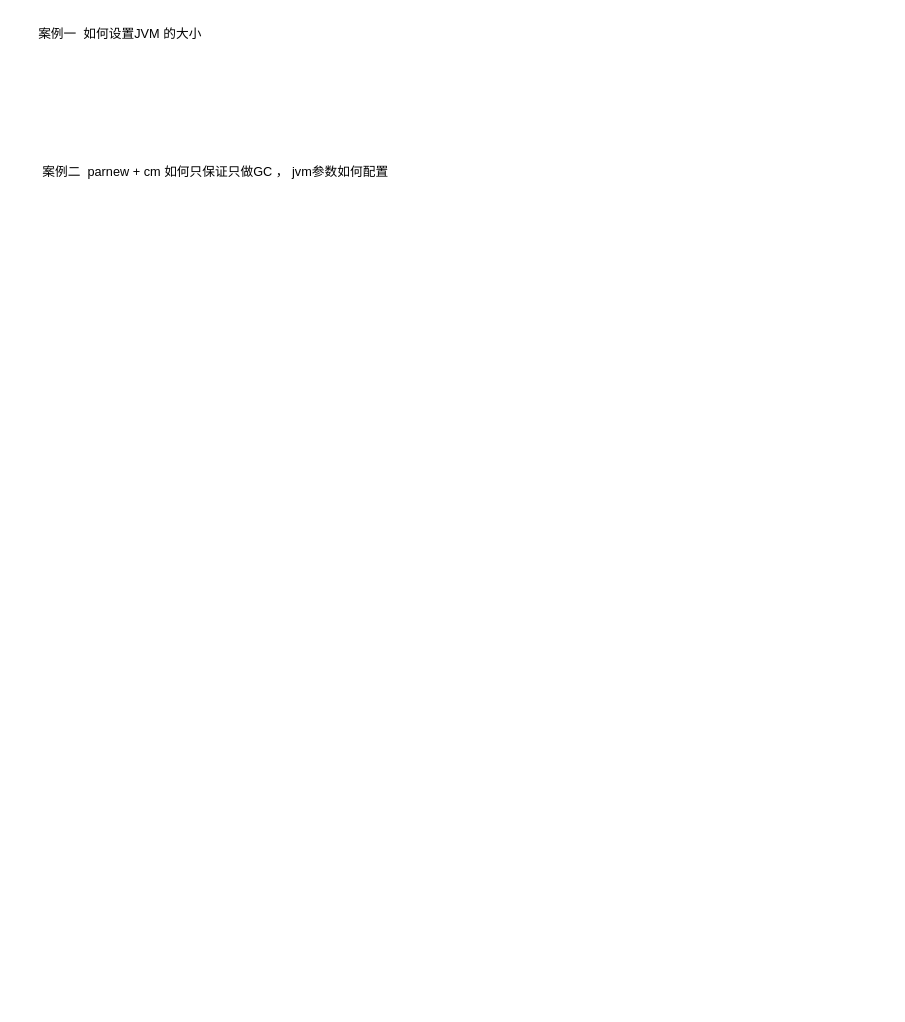
Earlier version of the draw.io diagram page "案例实战" (2 of 2) of JVM.drawio (topyuluo/photo-project). Source tidied: cells renumbered, new cells numbered last; positions are measured from the earlier drawing's top-left corner, leaving out a move shared by most shapes. Both pictures are drawn from the tidied source at 106%, with x=0, y=0 at pixel (24, 18).
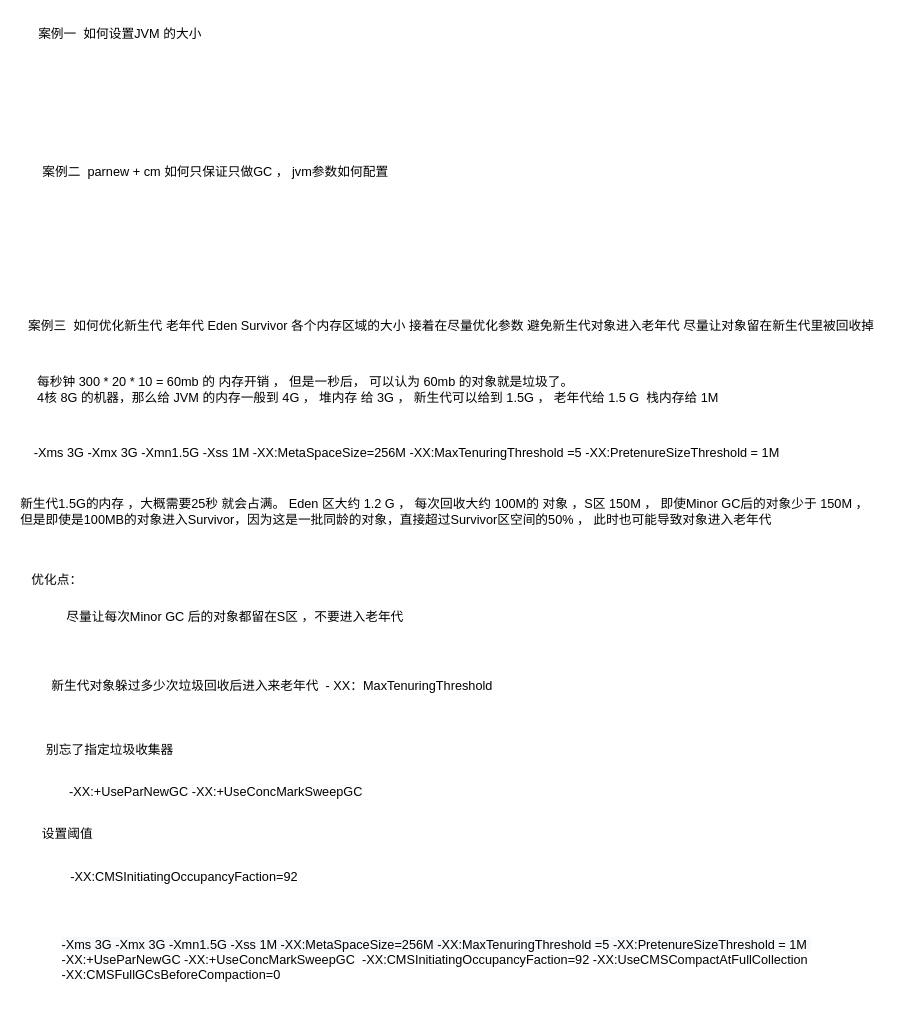
Above is the later version.

The edit, as a diff of the source:
```diff
@@
 <mxGraphModel>
   <root>
     <mxCell id="0" />
     <mxCell id="1" parent="0" />
     <mxCell id="2" value="案例一&amp;nbsp; 如何设置JVM 的大小" style="text;html=1;strokeColor=none;fillColor=none;align=center;verticalAlign=middle;whiteSpace=wrap;rounded=0;" parent="1" vertex="1">
       <mxGeometry width="180" height="30" as="geometry" />
     </mxCell>
     <mxCell id="3" value="案例二&amp;nbsp; parnew + cm 如何只保证只做GC ， jvm参数如何配置" style="text;html=1;strokeColor=none;fillColor=none;align=center;verticalAlign=middle;whiteSpace=wrap;rounded=0;" parent="1" vertex="1">
       <mxGeometry y="130" width="360" height="30" as="geometry" />
     </mxCell>
+    <mxCell id="4" value="案例三&amp;nbsp; 如何优化新生代 老年代 Eden Survivor 各个内存区域的大小 接着在尽量优化参数 避免新生代对象进入老年代 尽量让对象留在新生代里被回收掉" style="text;html=1;align=center;verticalAlign=middle;strokeColor=none;" parent="1" vertex="1">
+      <mxGeometry x="-3" y="280" width="810" height="20" as="geometry" />
+    </mxCell>
+    <mxCell id="5" value="每秒钟 300 * 20 * 10 = 60mb 的 内存开销 ， 但是一秒后， 可以认为 60mb 的对象就是垃圾了。&lt;br&gt;4核 8G 的机器，那么给 JVM 的内存一般到 4G ， 堆内存 给 3G ， 新生代可以给到 1.5G ， 老年代给 1.5 G&amp;nbsp; 栈内存给 1M&amp;nbsp;&amp;nbsp;" style="text;html=1;align=left;verticalAlign=middle;strokeColor=none;" parent="1" vertex="1">
+      <mxGeometry x="10" y="335" width="660" height="30" as="geometry" />
+    </mxCell>
+    <mxCell id="6" value="-Xms 3G -Xmx 3G -Xmn1.5G -Xss 1M -XX:MetaSpaceSize=256M -XX:MaxTenuringThreshold =5 -XX:PretenureSizeThreshold = 1M" style="text;html=1;align=center;verticalAlign=middle;strokeColor=none;" parent="1" vertex="1">
+      <mxGeometry y="400" width="720" height="20" as="geometry" />
+    </mxCell>
+    <mxCell id="7" value="新生代1.5G的内存 ，大概需要25秒 就会占满。 Eden 区大约 1.2 G ， 每次回收大约 100M的 对象 ，S区 150M ， 即使Minor GC后的对象少于 150M ， &lt;br&gt;但是即使是100MB的对象进入Survivor，因为这是一批同龄的对象，直接超过Survivor区空间的50% ， 此时也可能导致对象进入老年代" style="text;html=1;align=left;verticalAlign=middle;strokeColor=none;" parent="1" vertex="1">
+      <mxGeometry x="-6" y="450" width="820" height="30" as="geometry" />
+    </mxCell>
+    <mxCell id="8" value="优化点：" style="text;html=1;align=center;verticalAlign=middle;strokeColor=none;" parent="1" vertex="1">
+      <mxGeometry y="520" width="60" height="20" as="geometry" />
+    </mxCell>
+    <mxCell id="9" value="尽量让每次Minor GC 后的对象都留在S区 ，不要进入老年代" style="text;html=1;align=center;verticalAlign=middle;strokeColor=none;" parent="1" vertex="1">
+      <mxGeometry x="33" y="555" width="330" height="20" as="geometry" />
+    </mxCell>
+    <mxCell id="10" value="新生代对象躲过多少次垃圾回收后进入来老年代&amp;nbsp; - XX：MaxTenuringThreshold" style="text;html=1;strokeColor=none;fillColor=none;align=center;verticalAlign=middle;whiteSpace=wrap;rounded=0;" parent="1" vertex="1">
+      <mxGeometry x="10" y="610" width="447" height="40" as="geometry" />
+    </mxCell>
+    <mxCell id="11" value="别忘了指定垃圾收集器" style="text;html=1;align=center;verticalAlign=middle;strokeColor=none;" parent="1" vertex="1">
+      <mxGeometry x="10" y="680" width="140" height="20" as="geometry" />
+    </mxCell>
+    <mxCell id="12" value="-XX:+UseParNewGC -XX:+UseConcMarkSweepGC" style="text;html=1;align=center;verticalAlign=middle;strokeColor=none;" parent="1" vertex="1">
+      <mxGeometry x="35" y="720" width="290" height="20" as="geometry" />
+    </mxCell>
+    <mxCell id="13" value="设置阈值" style="text;html=1;align=center;verticalAlign=middle;strokeColor=none;" parent="1" vertex="1">
+      <mxGeometry x="10" y="760" width="60" height="20" as="geometry" />
+    </mxCell>
+    <mxCell id="14" value="-XX:CMSInitiatingOccupancyFaction=92" style="text;html=1;align=center;verticalAlign=middle;strokeColor=none;" parent="1" vertex="1">
+      <mxGeometry x="35" y="800" width="230" height="20" as="geometry" />
+    </mxCell>
+    <mxCell id="15" value="&lt;span style=&quot;color: rgb(0 , 0 , 0) ; font-family: &amp;#34;helvetica&amp;#34; ; font-size: 12px ; font-style: normal ; font-weight: 400 ; letter-spacing: normal ; text-align: center ; text-indent: 0px ; text-transform: none ; word-spacing: 0px ; background-color: rgb(248 , 249 , 250) ; display: inline ; float: none&quot;&gt;-Xms 3G -Xmx 3G -Xmn1.5G -Xss 1M -XX:MetaSpaceSize=256M -XX:MaxTenuringThreshold =5 -XX:PretenureSizeThreshold = 1M&amp;nbsp;&lt;br&gt;&lt;/span&gt;&lt;span style=&quot;text-align: center&quot;&gt;-XX:+UseParNewGC -XX:+UseConcMarkSweepGC&amp;nbsp;&amp;nbsp;&lt;/span&gt;&lt;span style=&quot;text-align: center&quot;&gt;-XX:CMSInitiatingOccupancyFaction=92 -XX:UseCMSCompactAtFullCollection&lt;br&gt;-XX:CMSFullGCsBeforeCompaction=0&lt;br&gt;&lt;/span&gt;" style="text;whiteSpace=wrap;html=1;" parent="1" vertex="1">
+      <mxGeometry x="33" y="860" width="717" height="70" as="geometry" />
+    </mxCell>
   </root>
 </mxGraphModel>
```
